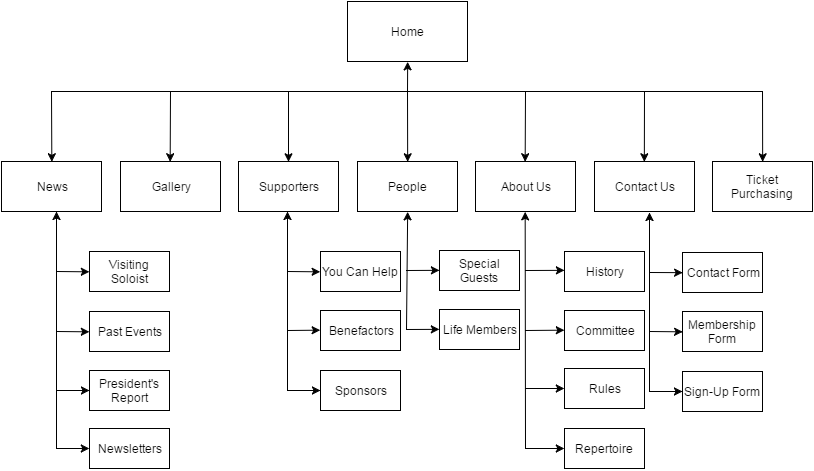
The draw.io diagram Flowchart.png in garethmullins/Orchestra-Assignment, before a commit. Source tidied: cells renumbered, new cells last; positions are measured from the earlier drawing's top-left corner, leaving out a move shared by most shapes.
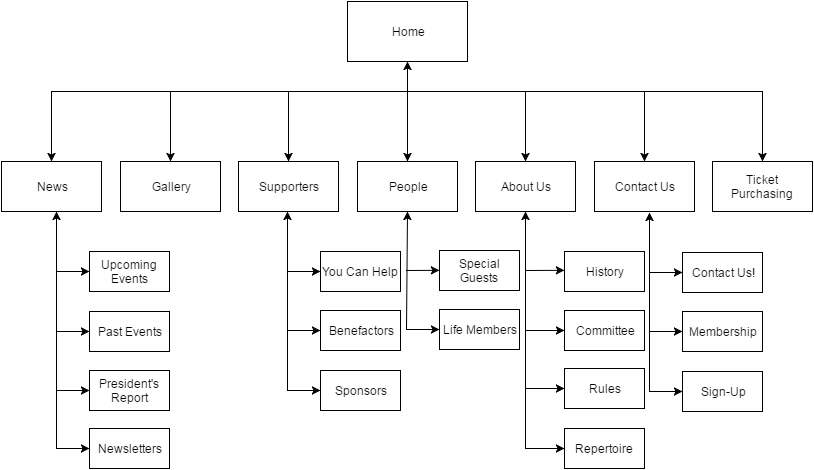
Above is the later version.

What changed in the source:
```diff
@@ -123,7 +123,7 @@
         <mxPoint x="55" y="270" as="sourcePoint" />
       </mxGeometry>
     </mxCell>
-    <mxCell id="31" value="Visiting Soloist" style="whiteSpace=wrap;html=1;rotation=0;" parent="1" vertex="1">
+    <mxCell id="31" value="Upcoming Events" style="whiteSpace=wrap;html=1;rotation=0;" parent="1" vertex="1">
       <mxGeometry x="88" y="250" width="80" height="40" as="geometry" />
     </mxCell>
     <mxCell id="32" style="endArrow=classic;html=1;entryX=0;entryY=0.5;" parent="1" edge="1" target="33">
@@ -209,10 +209,10 @@
         <mxPoint x="648" y="211" as="targetPoint" />
       </mxGeometry>
     </mxCell>
-    <mxCell id="51" value="Membership Form" style="whiteSpace=wrap;html=1;" parent="1" vertex="1">
+    <mxCell id="51" value="Membership" style="whiteSpace=wrap;html=1;" parent="1" vertex="1">
       <mxGeometry x="681" y="310" width="80" height="40" as="geometry" />
     </mxCell>
-    <mxCell id="52" value="Contact Form" style="whiteSpace=wrap;html=1;" parent="1" vertex="1">
+    <mxCell id="52" value="Contact Us!" style="whiteSpace=wrap;html=1;" parent="1" vertex="1">
       <mxGeometry x="681" y="251" width="80" height="40" as="geometry" />
     </mxCell>
     <mxCell id="53" style="endArrow=classic;html=1;entryX=0;entryY=0.5;" parent="1" edge="1" target="52">
@@ -220,7 +220,7 @@
         <mxPoint x="648" y="271" as="sourcePoint" />
       </mxGeometry>
     </mxCell>
-    <mxCell id="54" value="Sign-Up Form" style="whiteSpace=wrap;html=1;" parent="1" vertex="1">
+    <mxCell id="54" value="Sign-Up" style="whiteSpace=wrap;html=1;" parent="1" vertex="1">
       <mxGeometry x="681" y="370" width="80" height="40" as="geometry" />
     </mxCell>
     <mxCell id="55" style="endArrow=classic;html=1;" parent="1" edge="1">
```
